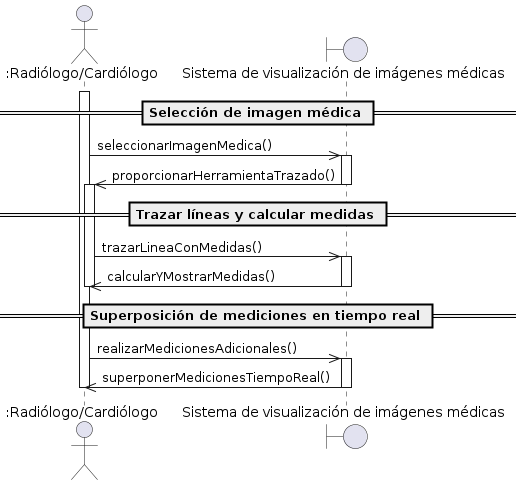
mvpdade/GRP-THE-COOKERS-2024-PROYINF keeps this PlantUML diagram as DiagramaHU-02.png. Above is the earlier version. Its diagram source:
```plantuml
@startuml
actor ":Radiólogo/Cardiólogo" as RC
boundary "Sistema de visualización de imágenes médicas" as SVIM

== Selección de imagen médica ==
activate RC
RC ->> SVIM: seleccionarImagenMedica()
activate SVIM
SVIM ->> RC: proporcionarHerramientaTrazado()
deactivate SVIM

== Trazar líneas y calcular medidas ==
activate RC
RC ->> SVIM: trazarLineaConMedidas()
activate SVIM
SVIM ->> RC: calcularYMostrarMedidas()
deactivate SVIM
deactivate RC

== Superposición de mediciones en tiempo real ==
RC ->> SVIM: realizarMedicionesAdicionales()
activate SVIM
SVIM ->> RC: superponerMedicionesTiempoReal()
deactivate SVIM
deactivate RC
@enduml
```
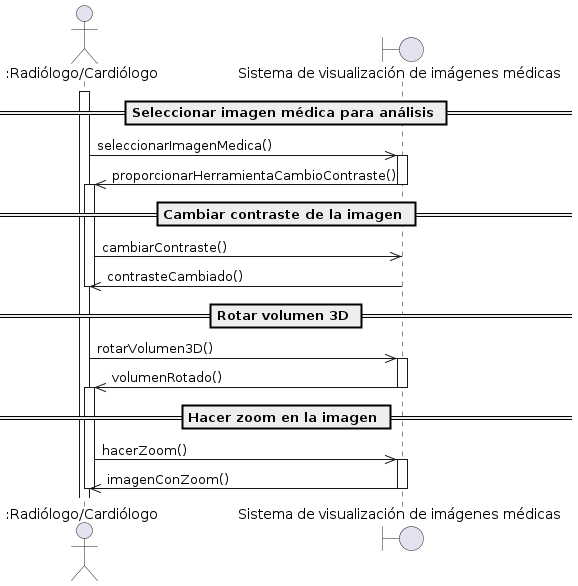
The same diagram one commit later.

The edit, as a diff of the source:
```diff
@@ -2,25 +2,32 @@
 actor ":Radiólogo/Cardiólogo" as RC
 boundary "Sistema de visualización de imágenes médicas" as SVIM
 
-== Selección de imagen médica ==
+== Seleccionar imagen médica para análisis ==
 activate RC
 RC ->> SVIM: seleccionarImagenMedica()
 activate SVIM
-SVIM ->> RC: proporcionarHerramientaTrazado()
+SVIM ->> RC: proporcionarHerramientaCambioContraste()
 deactivate SVIM
 
-== Trazar líneas y calcular medidas ==
+== Cambiar contraste de la imagen ==
 activate RC
-RC ->> SVIM: trazarLineaConMedidas()
-activate SVIM
-SVIM ->> RC: calcularYMostrarMedidas()
-deactivate SVIM
+RC ->> SVIM: cambiarContraste()
+SVIM ->> RC: contrasteCambiado()
 deactivate RC
 
-== Superposición de mediciones en tiempo real ==
-RC ->> SVIM: realizarMedicionesAdicionales()
+== Rotar volumen 3D ==
+
+RC ->> SVIM: rotarVolumen3D()
 activate SVIM
-SVIM ->> RC: superponerMedicionesTiempoReal()
+SVIM ->> RC: volumenRotado()
+deactivate SVIM
+
+
+== Hacer zoom en la imagen ==
+activate RC
+RC ->> SVIM: hacerZoom()
+activate SVIM
+SVIM ->> RC: imagenConZoom()
 deactivate SVIM
 deactivate RC
 @enduml
```
